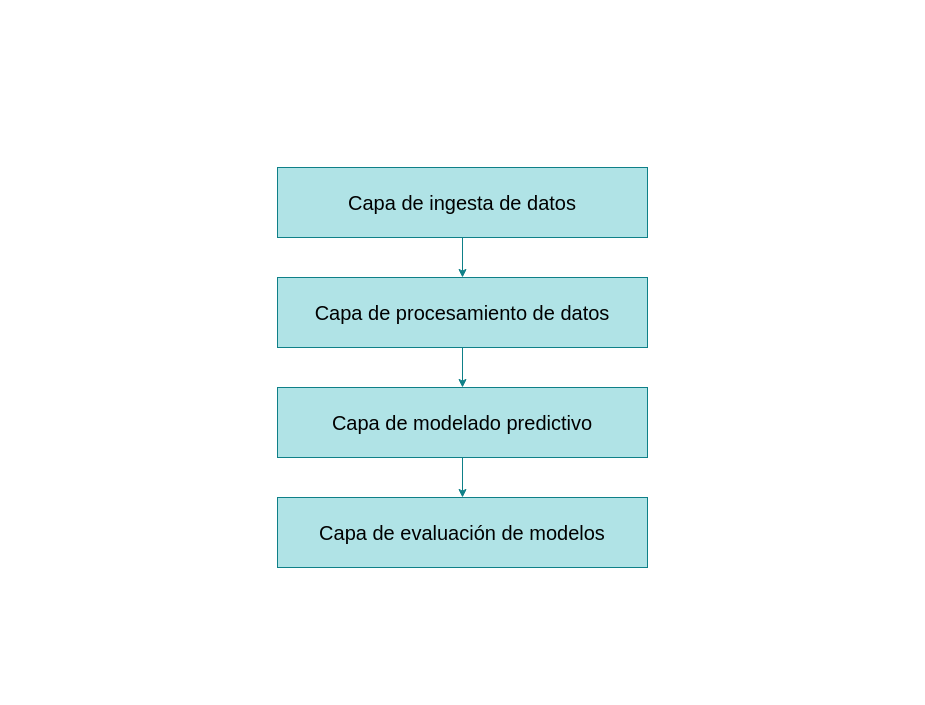
Above: diagramas/arquitectura.drawio in Akanenosketch/TFG-SOB4ES (draw.io), before the change. Source tidied: cells renumbered, new cells numbered last; positions are measured from the earlier drawing's top-left corner, leaving out a move shared by most shapes. Both pictures are drawn from the tidied source at 100%, with x=0, y=0 at pixel (277, 167).
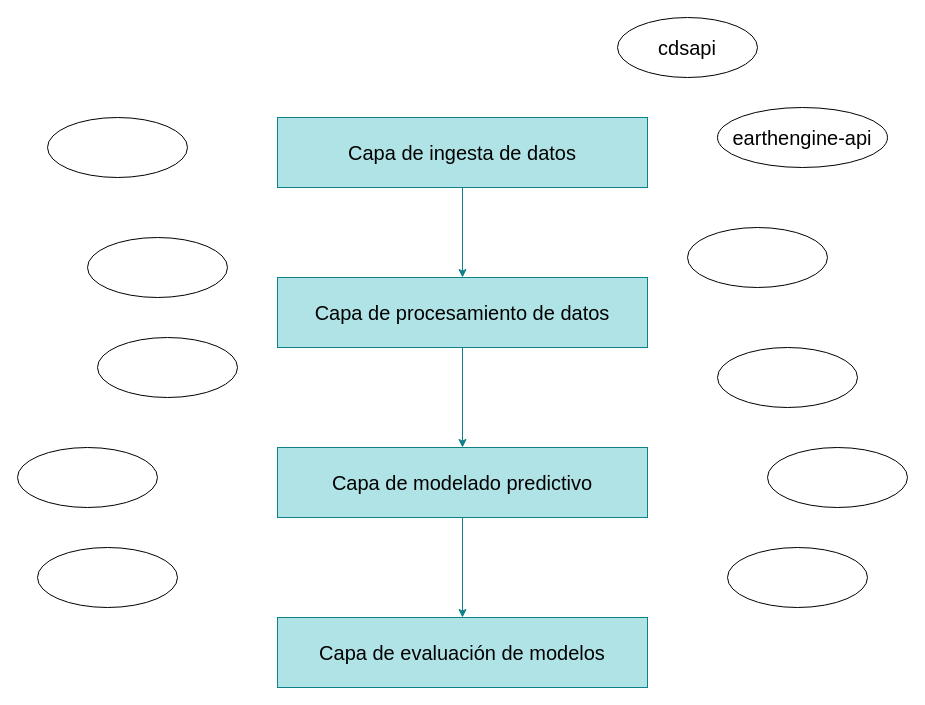
The same diagram, later.

What changed in the source:
```diff
@@
 <mxGraphModel>
   <root>
     <mxCell id="0" />
     <mxCell id="1" parent="0" />
     <mxCell id="2" style="edgeStyle=orthogonalEdgeStyle;rounded=0;jettySize=auto;html=1;entryX=0.5;entryY=0;entryDx=0;entryDy=0;fillColor=#b0e3e6;strokeColor=#0e8088;" parent="1" edge="1" source="3" target="5">
       <mxGeometry relative="1" as="geometry" />
     </mxCell>
     <mxCell id="3" value="&lt;font style=&quot;font-size: 20px;&quot; face=&quot;Helvetica&quot;&gt;Capa de ingesta de datos&lt;/font&gt;" style="rounded=0;whiteSpace=wrap;html=1;fillColor=#b0e3e6;strokeColor=#0e8088;" parent="1" vertex="1">
-      <mxGeometry width="370" height="70" as="geometry" />
+      <mxGeometry y="-50" width="370" height="70" as="geometry" />
     </mxCell>
     <mxCell id="4" style="edgeStyle=orthogonalEdgeStyle;rounded=0;jettySize=auto;html=1;entryX=0.5;entryY=0;entryDx=0;entryDy=0;fillColor=#b0e3e6;strokeColor=#0e8088;" parent="1" edge="1" source="5" target="7">
       <mxGeometry relative="1" as="geometry" />
     </mxCell>
     <mxCell id="5" value="&lt;font style=&quot;font-size: 20px;&quot;&gt;Capa de procesamiento de datos&lt;/font&gt;" style="rounded=0;whiteSpace=wrap;html=1;fillColor=#b0e3e6;strokeColor=#0e8088;" parent="1" vertex="1">
       <mxGeometry y="110" width="370" height="70" as="geometry" />
     </mxCell>
     <mxCell id="6" style="edgeStyle=orthogonalEdgeStyle;rounded=0;jettySize=auto;html=1;entryX=0.5;entryY=0;entryDx=0;entryDy=0;fillColor=#b0e3e6;strokeColor=#0e8088;" parent="1" edge="1" source="7" target="8">
       <mxGeometry relative="1" as="geometry" />
     </mxCell>
     <mxCell id="7" value="&lt;font style=&quot;font-size: 20px;&quot;&gt;Capa de modelado predictivo&lt;/font&gt;" style="rounded=0;whiteSpace=wrap;html=1;fillColor=#b0e3e6;strokeColor=#0e8088;" parent="1" vertex="1">
-      <mxGeometry y="220" width="370" height="70" as="geometry" />
+      <mxGeometry y="280" width="370" height="70" as="geometry" />
     </mxCell>
     <mxCell id="8" value="&lt;font style=&quot;font-size: 20px;&quot;&gt;Capa de evaluación de modelos&lt;/font&gt;" style="rounded=0;whiteSpace=wrap;html=1;fillColor=#b0e3e6;strokeColor=#0e8088;" parent="1" vertex="1">
-      <mxGeometry y="330" width="370" height="70" as="geometry" />
+      <mxGeometry y="450" width="370" height="70" as="geometry" />
     </mxCell>
+    <mxCell id="9" value="&lt;font style=&quot;font-size: 20px;&quot;&gt;cdsapi&lt;/font&gt;" style="ellipse;whiteSpace=wrap;html=1;" parent="1" vertex="1">
+      <mxGeometry x="340" y="-150" width="140" height="60" as="geometry" />
+    </mxCell>
+    <mxCell id="10" value="&lt;font style=&quot;font-size: 20px;&quot;&gt;earthengine-api&lt;/font&gt;" style="ellipse;whiteSpace=wrap;html=1;" parent="1" vertex="1">
+      <mxGeometry x="440" y="-60" width="170" height="60" as="geometry" />
+    </mxCell>
+    <mxCell id="11" style="ellipse;whiteSpace=wrap;html=1;" parent="1" vertex="1">
+      <mxGeometry x="410" y="60" width="140" height="60" as="geometry" />
+    </mxCell>
+    <mxCell id="12" style="ellipse;whiteSpace=wrap;html=1;" parent="1" vertex="1">
+      <mxGeometry x="440" y="180" width="140" height="60" as="geometry" />
+    </mxCell>
+    <mxCell id="13" style="ellipse;whiteSpace=wrap;html=1;" parent="1" vertex="1">
+      <mxGeometry x="-180" y="170" width="140" height="60" as="geometry" />
+    </mxCell>
+    <mxCell id="14" style="ellipse;whiteSpace=wrap;html=1;" parent="1" vertex="1">
+      <mxGeometry x="-190" y="70" width="140" height="60" as="geometry" />
+    </mxCell>
+    <mxCell id="15" style="ellipse;whiteSpace=wrap;html=1;" parent="1" vertex="1">
+      <mxGeometry x="-230" y="-50" width="140" height="60" as="geometry" />
+    </mxCell>
+    <mxCell id="16" style="ellipse;whiteSpace=wrap;html=1;" parent="1" vertex="1">
+      <mxGeometry x="490" y="280" width="140" height="60" as="geometry" />
+    </mxCell>
+    <mxCell id="17" style="ellipse;whiteSpace=wrap;html=1;" parent="1" vertex="1">
+      <mxGeometry x="450" y="380" width="140" height="60" as="geometry" />
+    </mxCell>
+    <mxCell id="18" style="ellipse;whiteSpace=wrap;html=1;" parent="1" vertex="1">
+      <mxGeometry x="-240" y="380" width="140" height="60" as="geometry" />
+    </mxCell>
+    <mxCell id="19" style="ellipse;whiteSpace=wrap;html=1;" parent="1" vertex="1">
+      <mxGeometry x="-260" y="280" width="140" height="60" as="geometry" />
+    </mxCell>
   </root>
 </mxGraphModel>
```
